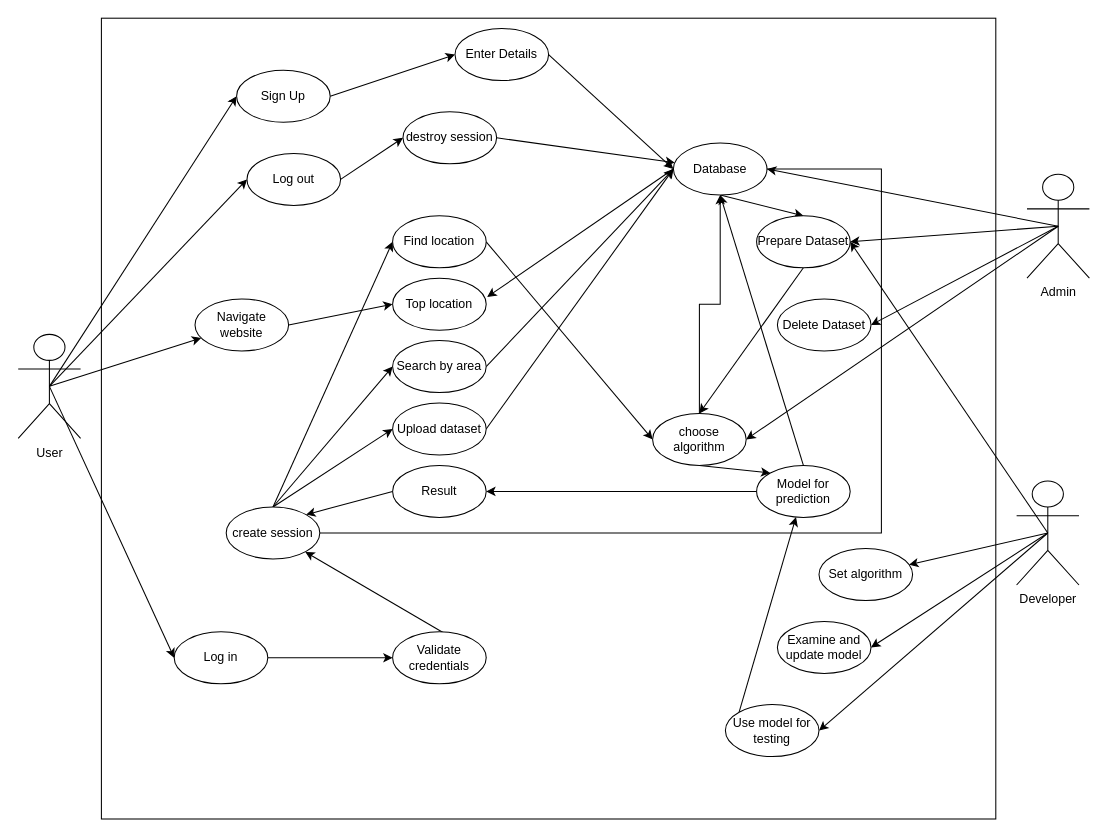
This is use case.drawio from shindeyash28/IP, a draw.io file, before an edit. Source tidied: cells renumbered, new cells numbered last; positions are measured from the earlier drawing's top-left corner, leaving out a move shared by most shapes. Both pictures are drawn from the tidied source at 104%, with x=0, y=0 at pixel (18, 18).
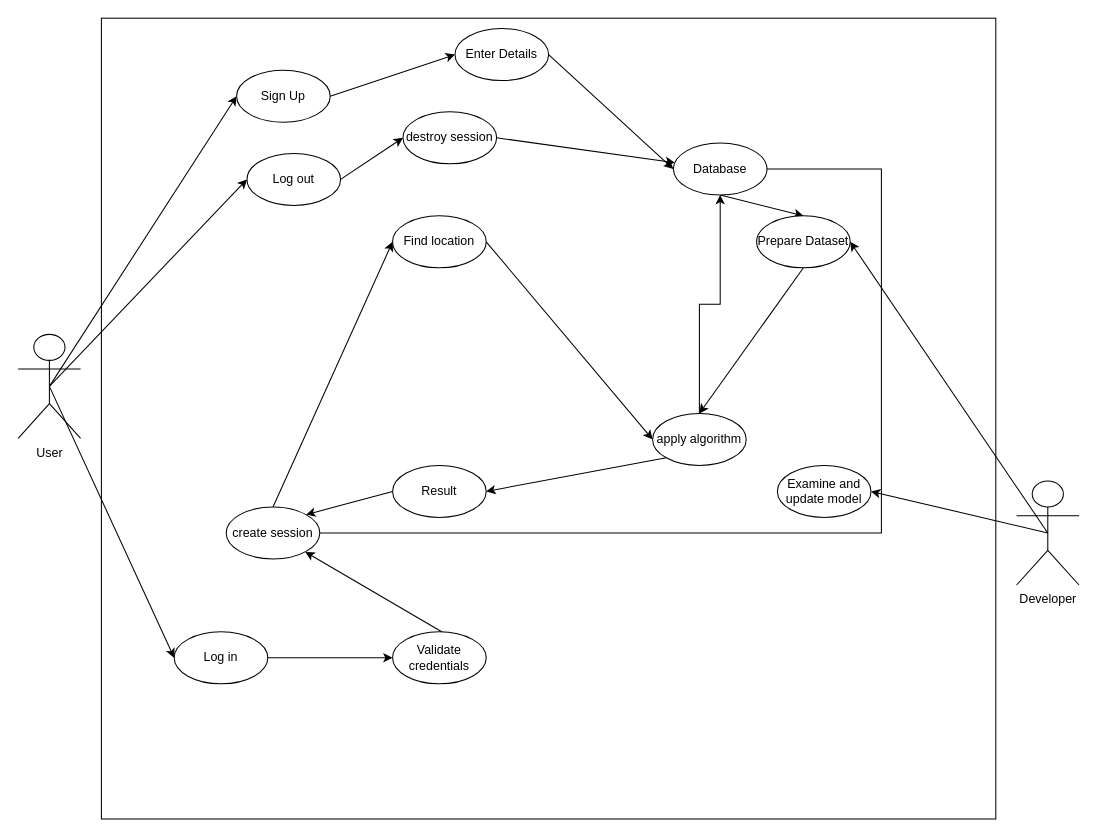
Above is the later version.

Unchanged cells that the change refers to:
```xml
<mxCell id="15" value="create session" style="ellipse;whiteSpace=wrap;html=1;" parent="1" vertex="1">
  <mxGeometry x="200" y="470" width="90" height="50" as="geometry" />
</mxCell>
<mxCell id="25" value="Database" style="ellipse;whiteSpace=wrap;html=1;" parent="1" vertex="1">
  <mxGeometry x="630" y="120" width="90" height="50" as="geometry" />
</mxCell>
<mxCell id="29" value="Prepare Dataset" style="ellipse;whiteSpace=wrap;html=1;" parent="1" vertex="1">
  <mxGeometry x="710" y="190" width="90" height="50" as="geometry" />
</mxCell>
<mxCell id="39" value="User" style="shape=umlActor;verticalLabelPosition=bottom;verticalAlign=top;html=1;outlineConnect=0;" parent="1" vertex="1">
  <mxGeometry y="304" width="60" height="100" as="geometry" />
</mxCell>
<mxCell id="49" value="Developer" style="shape=umlActor;verticalLabelPosition=bottom;verticalAlign=top;html=1;outlineConnect=0;" parent="1" vertex="1">
  <mxGeometry x="960" y="445" width="60" height="100" as="geometry" />
</mxCell>
<mxCell id="58" value="Result" style="ellipse;whiteSpace=wrap;html=1;" parent="1" vertex="1">
  <mxGeometry x="360" y="430" width="90" height="50" as="geometry" />
</mxCell>
```

The edit, as a diff of the source:
```diff
@@
-    <mxCell id="3" style="edgeStyle=none;rounded=0;jettySize=auto;html=1;exitX=1;exitY=0.5;exitDx=0;exitDy=0;entryX=0;entryY=0.5;entryDx=0;entryDy=0;" parent="1" edge="1" source="4" target="20">
-      <mxGeometry relative="1" as="geometry" />
-    </mxCell>
-    <mxCell id="4" value="Navigate website" style="ellipse;whiteSpace=wrap;html=1;" parent="1" vertex="1">
-      <mxGeometry x="170" y="270" width="90" height="50" as="geometry" />
-    </mxCell>
@@
-    <mxCell id="12" style="edgeStyle=none;rounded=0;jettySize=auto;html=1;exitX=0.5;exitY=0;exitDx=0;exitDy=0;entryX=0;entryY=0.5;entryDx=0;entryDy=0;" parent="1" edge="1" source="15" target="22">
-      <mxGeometry relative="1" as="geometry" />
-    </mxCell>
-    <mxCell id="13" style="edgeStyle=none;rounded=0;jettySize=auto;html=1;exitX=0.5;exitY=0;exitDx=0;exitDy=0;entryX=0;entryY=0.5;entryDx=0;entryDy=0;" parent="1" edge="1" source="15" target="27">
-      <mxGeometry relative="1" as="geometry" />
-    </mxCell>
@@
-    <mxCell id="20" value="Top location" style="ellipse;whiteSpace=wrap;html=1;" parent="1" vertex="1">
-      <mxGeometry x="360" y="250" width="90" height="50" as="geometry" />
-    </mxCell>
-    <mxCell id="21" style="edgeStyle=none;rounded=0;jettySize=auto;html=1;exitX=1;exitY=0.5;exitDx=0;exitDy=0;entryX=0;entryY=0.5;entryDx=0;entryDy=0;" parent="1" edge="1" source="22" target="25">
-      <mxGeometry relative="1" as="geometry" />
-    </mxCell>
-    <mxCell id="22" value="Search by area" style="ellipse;whiteSpace=wrap;html=1;" parent="1" vertex="1">
-      <mxGeometry x="360" y="310" width="90" height="50" as="geometry" />
-    </mxCell>
-    <mxCell id="23" style="edgeStyle=none;rounded=0;jettySize=auto;html=1;exitX=0;exitY=0.5;exitDx=0;exitDy=0;entryX=1.011;entryY=0.36;entryDx=0;entryDy=0;entryPerimeter=0;" parent="1" edge="1" source="25" target="20">
-      <mxGeometry relative="1" as="geometry" />
-    </mxCell>
@@
-    <mxCell id="26" style="edgeStyle=none;rounded=0;jettySize=auto;html=1;exitX=1;exitY=0.5;exitDx=0;exitDy=0;entryX=0;entryY=0.5;entryDx=0;entryDy=0;" parent="1" edge="1" source="27" target="25">
-      <mxGeometry relative="1" as="geometry" />
-    </mxCell>
-    <mxCell id="27" value="Upload dataset" style="ellipse;whiteSpace=wrap;html=1;" parent="1" vertex="1">
-      <mxGeometry x="360" y="370" width="90" height="50" as="geometry" />
-    </mxCell>
@@
-    <mxCell id="30" value="Delete Dataset" style="ellipse;whiteSpace=wrap;html=1;" parent="1" vertex="1">
-      <mxGeometry x="730" y="270" width="90" height="50" as="geometry" />
-    </mxCell>
-    <mxCell id="31" value="Set algorithm" style="ellipse;whiteSpace=wrap;html=1;" parent="1" vertex="1">
-      <mxGeometry x="770" y="510" width="90" height="50" as="geometry" />
-    </mxCell>
     <mxCell id="32" value="Examine and update model" style="ellipse;whiteSpace=wrap;html=1;" parent="1" vertex="1">
-      <mxGeometry x="730" y="580" width="90" height="50" as="geometry" />
+      <mxGeometry x="730" y="430" width="90" height="50" as="geometry" />
     </mxCell>
-    <mxCell id="33" style="edgeStyle=none;rounded=0;jettySize=auto;html=1;exitX=0;exitY=0;exitDx=0;exitDy=0;" parent="1" edge="1" source="34" target="61">
-      <mxGeometry relative="1" as="geometry" />
-    </mxCell>
-    <mxCell id="34" value="Use model for testing" style="ellipse;whiteSpace=wrap;html=1;" parent="1" vertex="1">
-      <mxGeometry x="680" y="660" width="90" height="50" as="geometry" />
-    </mxCell>
-    <mxCell id="35" style="rounded=0;jettySize=auto;html=1;exitX=0.5;exitY=0.5;exitDx=0;exitDy=0;exitPerimeter=0;" parent="1" edge="1" source="39" target="4">
-      <mxGeometry relative="1" as="geometry" />
-    </mxCell>
@@
-    <mxCell id="40" style="edgeStyle=none;rounded=0;jettySize=auto;html=1;exitX=0.5;exitY=0.5;exitDx=0;exitDy=0;exitPerimeter=0;entryX=1;entryY=0.5;entryDx=0;entryDy=0;" parent="1" edge="1" source="44" target="25">
-      <mxGeometry relative="1" as="geometry" />
-    </mxCell>
-    <mxCell id="41" style="edgeStyle=none;rounded=0;jettySize=auto;html=1;exitX=0.5;exitY=0.5;exitDx=0;exitDy=0;exitPerimeter=0;entryX=1;entryY=0.5;entryDx=0;entryDy=0;" parent="1" edge="1" source="44" target="29">
-      <mxGeometry relative="1" as="geometry" />
-    </mxCell>
-    <mxCell id="42" style="edgeStyle=none;rounded=0;jettySize=auto;html=1;exitX=0.5;exitY=0.5;exitDx=0;exitDy=0;exitPerimeter=0;entryX=1;entryY=0.5;entryDx=0;entryDy=0;" parent="1" edge="1" source="44" target="30">
-      <mxGeometry relative="1" as="geometry" />
-    </mxCell>
-    <mxCell id="43" style="edgeStyle=none;rounded=0;jettySize=auto;html=1;exitX=0.5;exitY=0.5;exitDx=0;exitDy=0;exitPerimeter=0;entryX=1;entryY=0.5;entryDx=0;entryDy=0;" parent="1" edge="1" source="44" target="54">
-      <mxGeometry relative="1" as="geometry" />
-    </mxCell>
-    <mxCell id="44" value="Admin" style="shape=umlActor;verticalLabelPosition=bottom;verticalAlign=top;html=1;outlineConnect=0;" parent="1" vertex="1">
-      <mxGeometry x="970" y="150" width="60" height="100" as="geometry" />
-    </mxCell>
-    <mxCell id="45" style="edgeStyle=none;rounded=0;jettySize=auto;html=1;exitX=0.5;exitY=0.5;exitDx=0;exitDy=0;exitPerimeter=0;" parent="1" edge="1" source="49" target="31">
-      <mxGeometry relative="1" as="geometry" />
-    </mxCell>
@@
-    <mxCell id="47" style="edgeStyle=none;rounded=0;jettySize=auto;html=1;exitX=0.5;exitY=0.5;exitDx=0;exitDy=0;exitPerimeter=0;entryX=1;entryY=0.5;entryDx=0;entryDy=0;" parent="1" edge="1" source="49" target="34">
-      <mxGeometry relative="1" as="geometry" />
-    </mxCell>
@@
-    <mxCell id="53" style="edgeStyle=none;rounded=0;jettySize=auto;html=1;exitX=0.5;exitY=1;exitDx=0;exitDy=0;entryX=0;entryY=0;entryDx=0;entryDy=0;" parent="1" edge="1" source="54" target="61">
-      <mxGeometry relative="1" as="geometry" />
-    </mxCell>
-    <mxCell id="54" value="choose algorithm" style="ellipse;whiteSpace=wrap;html=1;" parent="1" vertex="1">
+    <mxCell id="54" value="apply algorithm" style="ellipse;whiteSpace=wrap;html=1;" parent="1" vertex="1">
       <mxGeometry x="610" y="380" width="90" height="50" as="geometry" />
     </mxCell>
@@
-    <mxCell id="59" style="edgeStyle=none;rounded=0;jettySize=auto;html=1;exitX=0;exitY=0.5;exitDx=0;exitDy=0;" parent="1" edge="1" source="61" target="58">
-      <mxGeometry relative="1" as="geometry" />
-    </mxCell>
-    <mxCell id="60" style="edgeStyle=none;rounded=0;jettySize=auto;html=1;exitX=0.5;exitY=0;exitDx=0;exitDy=0;entryX=0.5;entryY=1;entryDx=0;entryDy=0;" parent="1" edge="1" source="61" target="25">
-      <mxGeometry relative="1" as="geometry" />
-    </mxCell>
-    <mxCell id="61" value="Model for prediction" style="ellipse;whiteSpace=wrap;html=1;" parent="1" vertex="1">
-      <mxGeometry x="710" y="430" width="90" height="50" as="geometry" />
-    </mxCell>
+    <mxCell id="62" style="endArrow=classic;html=1;rounded=0;exitX=0;exitY=1;exitDx=0;exitDy=0;entryX=1;entryY=0.5;entryDx=0;entryDy=0;" parent="1" edge="1" source="54" target="58">
+      <mxGeometry relative="1" as="geometry" />
+    </mxCell>
```
